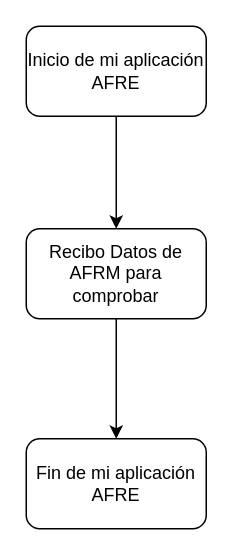
Above: Diagrama_AFRM.drawio in SamMinsait/testingDiagrams (draw.io), before the change. Source tidied: cells renumbered, new cells numbered last; positions are measured from the earlier drawing's top-left corner, leaving out a move shared by most shapes. Both pictures are drawn from the tidied source at 150%, with x=0, y=0 at pixel (26, 26).
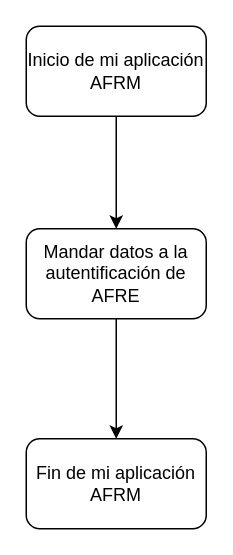
After the change.

Diff of the diagram source:
```diff
@@
 <mxGraphModel>
   <root>
     <mxCell id="0" />
     <mxCell id="1" parent="0" />
     <mxCell id="2" style="edgeStyle=orthogonalEdgeStyle;rounded=0;jettySize=auto;html=1;" parent="1" edge="1" source="3" target="5">
       <mxGeometry relative="1" as="geometry" />
     </mxCell>
-    <mxCell id="3" value="Inicio de mi aplicación AFRE" style="rounded=1;whiteSpace=wrap;html=1;" parent="1" vertex="1">
+    <mxCell id="3" value="Inicio de mi aplicación AFRM" style="rounded=1;whiteSpace=wrap;html=1;" parent="1" vertex="1">
       <mxGeometry width="120" height="60" as="geometry" />
     </mxCell>
     <mxCell id="4" style="edgeStyle=orthogonalEdgeStyle;rounded=0;jettySize=auto;html=1;entryX=0.5;entryY=0;entryDx=0;entryDy=0;" parent="1" edge="1" source="5" target="6">
       <mxGeometry relative="1" as="geometry" />
     </mxCell>
-    <mxCell id="5" value="Recibo Datos de AFRM para comprobar" style="rounded=1;whiteSpace=wrap;html=1;" parent="1" vertex="1">
+    <mxCell id="5" value="Mandar datos a la autentificación de AFRE" style="rounded=1;whiteSpace=wrap;html=1;" parent="1" vertex="1">
       <mxGeometry y="135" width="120" height="60" as="geometry" />
     </mxCell>
-    <mxCell id="6" value="Fin de mi aplicación AFRE" style="rounded=1;whiteSpace=wrap;html=1;" parent="1" vertex="1">
+    <mxCell id="6" value="Fin de mi aplicación AFRM" style="rounded=1;whiteSpace=wrap;html=1;" parent="1" vertex="1">
       <mxGeometry y="275" width="120" height="60" as="geometry" />
     </mxCell>
   </root>
 </mxGraphModel>
```
